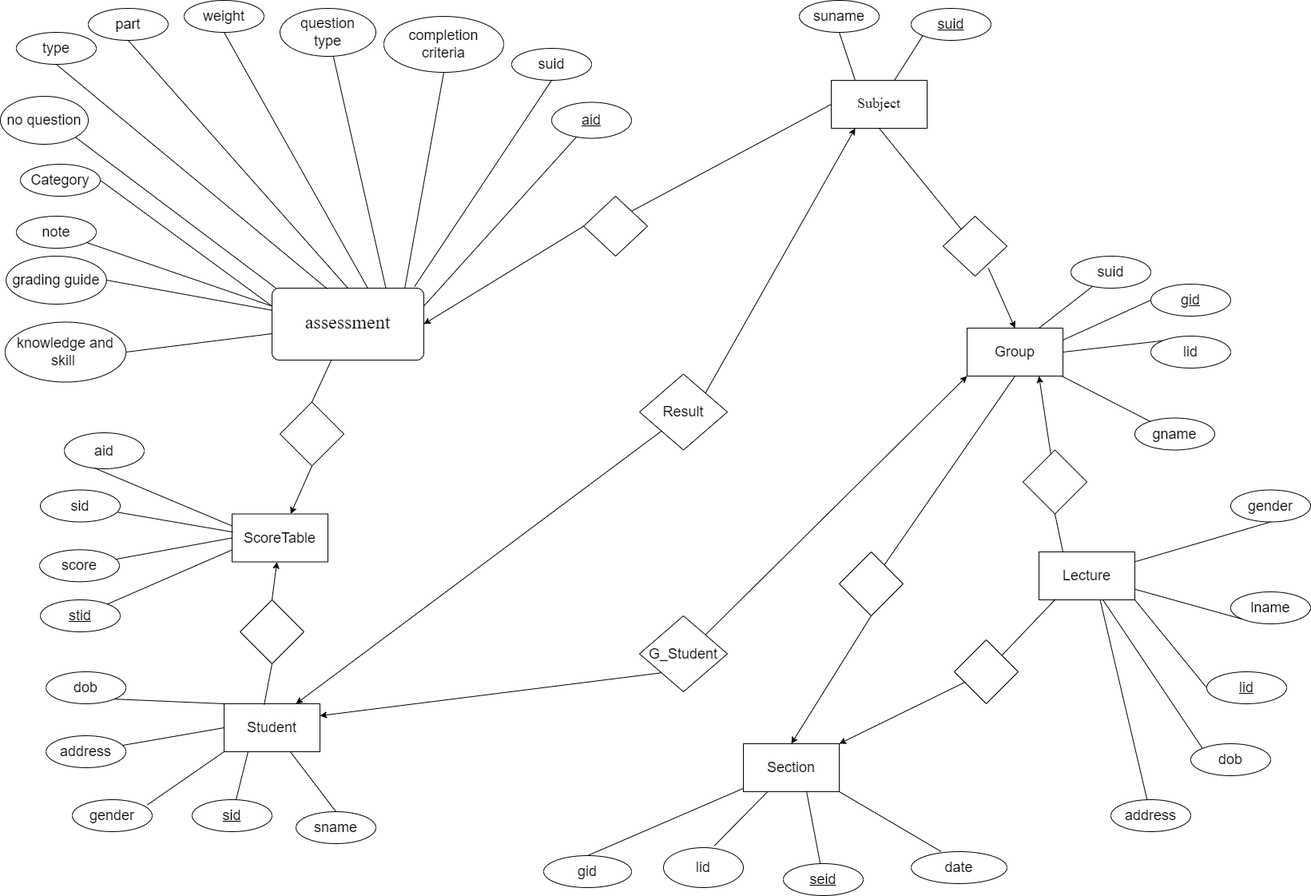
Above: ERD/ERD_ASM_SCORE.png in duc2209/ASM_DBI (draw.io), before the change. Source tidied: cells renumbered, new cells last; positions are measured from the earlier drawing's top-left corner, leaving out a move shared by most shapes.
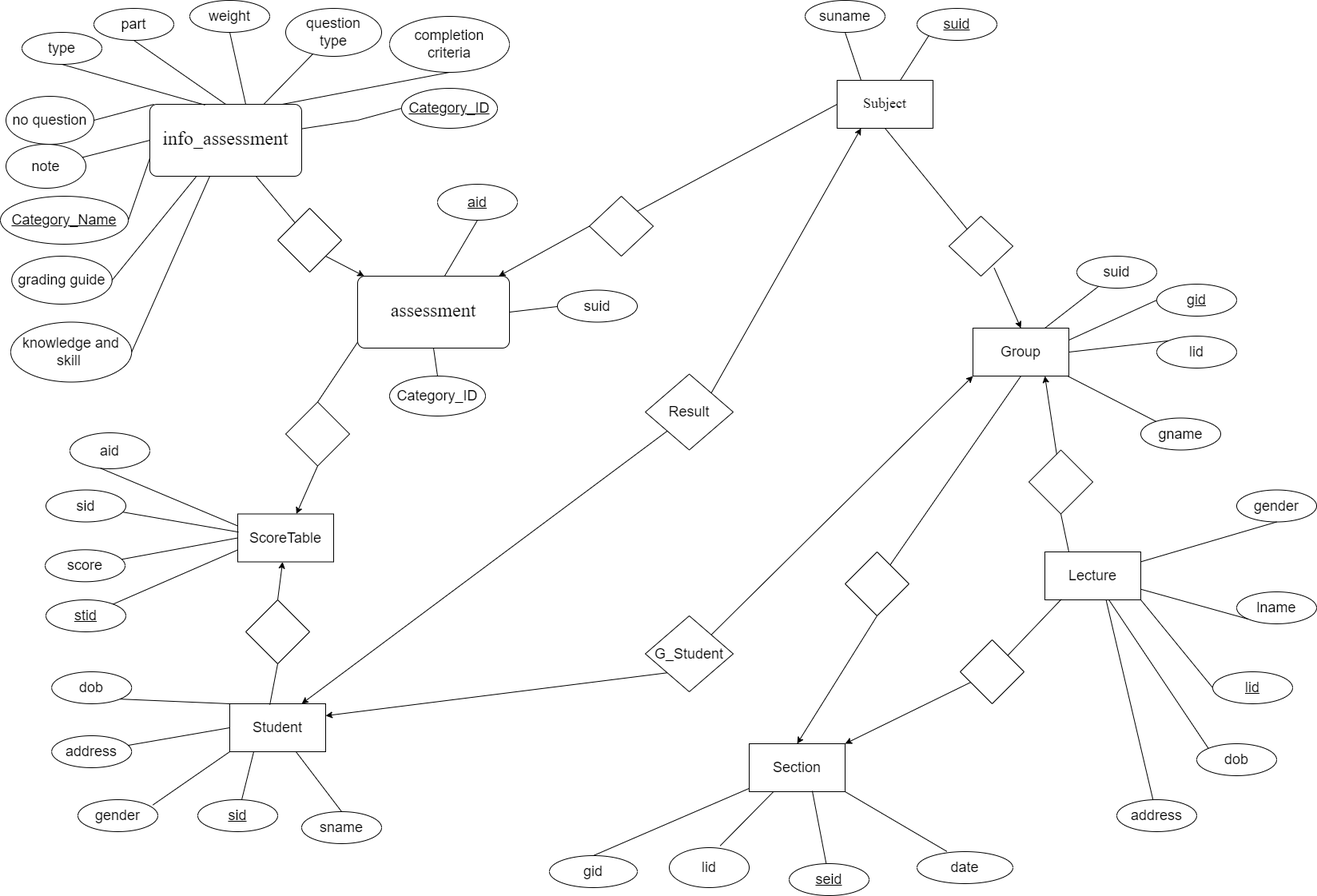
The same file after the commit.

Commit message:
Update database, erd,data

Update database, erd,data

What changed in the source:
```diff
@@ -179,13 +179,13 @@
     <mxCell id="60" style="endArrow=none;html=1;rounded=0;entryX=0.312;entryY=-0.005;entryDx=0;entryDy=0;exitX=1;exitY=1;exitDx=0;exitDy=0;entryPerimeter=0;" parent="1" edge="1" source="18" target="59">
       <mxGeometry relative="1" as="geometry" />
     </mxCell>
-    <mxCell id="61" value="&lt;span style=&quot;line-height: 107%; font-family: Times, serif;&quot;&gt;&lt;font style=&quot;font-size: 24px;&quot;&gt;assessment&lt;/font&gt;&lt;/span&gt;" style="rounded=1;arcSize=10;whiteSpace=wrap;html=1;align=center;" parent="1" vertex="1">
-      <mxGeometry x="340" y="360" width="190" height="90" as="geometry" />
+    <mxCell id="61" value="&lt;span style=&quot;line-height: 107%; font-family: Times, serif;&quot;&gt;&lt;font style=&quot;font-size: 24px;&quot;&gt;info_assessment&lt;/font&gt;&lt;/span&gt;" style="rounded=1;arcSize=10;whiteSpace=wrap;html=1;align=center;" parent="1" vertex="1">
+      <mxGeometry x="180" y="130" width="190" height="90" as="geometry" />
     </mxCell>
-    <mxCell id="62" value="&lt;font style=&quot;font-size: 18px;&quot;&gt;Category&lt;/font&gt;" style="ellipse;whiteSpace=wrap;html=1;align=center;" parent="1" vertex="1">
-      <mxGeometry x="25" y="205" width="100" height="40" as="geometry" />
+    <mxCell id="62" value="&lt;font style=&quot;font-size: 18px;&quot;&gt;Category_ID&lt;/font&gt;" style="ellipse;whiteSpace=wrap;html=1;align=center;" parent="1" vertex="1">
+      <mxGeometry x="480" y="470" width="120" height="50" as="geometry" />
     </mxCell>
-    <mxCell id="63" style="endArrow=none;html=1;rounded=0;entryX=1;entryY=0.5;entryDx=0;entryDy=0;exitX=0;exitY=0.25;exitDx=0;exitDy=0;" parent="1" edge="1" source="61" target="62">
+    <mxCell id="63" style="endArrow=none;html=1;rounded=0;entryX=0.5;entryY=0;entryDx=0;entryDy=0;exitX=0.5;exitY=1;exitDx=0;exitDy=0;" parent="1" edge="1" source="109" target="62">
       <mxGeometry relative="1" as="geometry" />
     </mxCell>
     <mxCell id="64" value="&lt;font style=&quot;font-size: 18px;&quot;&gt;type&lt;/font&gt;" style="ellipse;whiteSpace=wrap;html=1;align=center;" parent="1" vertex="1">
@@ -221,7 +221,7 @@
     <mxCell id="74" value="&lt;font style=&quot;font-size: 18px;&quot;&gt;no question&lt;/font&gt;" style="ellipse;whiteSpace=wrap;html=1;align=center;" parent="1" vertex="1">
       <mxGeometry y="120" width="110" height="60" as="geometry" />
     </mxCell>
-    <mxCell id="75" style="endArrow=none;html=1;rounded=0;entryX=1;entryY=1;entryDx=0;entryDy=0;exitX=0.026;exitY=0;exitDx=0;exitDy=0;exitPerimeter=0;" parent="1" edge="1" source="61" target="74">
+    <mxCell id="75" style="endArrow=none;html=1;rounded=0;entryX=1;entryY=0.5;entryDx=0;entryDy=0;exitX=0.026;exitY=0;exitDx=0;exitDy=0;exitPerimeter=0;" parent="1" edge="1" source="61" target="74">
       <mxGeometry relative="1" as="geometry" />
     </mxCell>
     <mxCell id="76" value="&lt;font style=&quot;font-size: 18px;&quot;&gt;knowledge and skill&amp;nbsp;&lt;/font&gt;" style="ellipse;whiteSpace=wrap;html=1;align=center;" parent="1" vertex="1">
@@ -237,9 +237,9 @@
       <mxGeometry relative="1" as="geometry" />
     </mxCell>
     <mxCell id="80" value="&lt;font style=&quot;font-size: 18px;&quot;&gt;note&lt;/font&gt;" style="ellipse;whiteSpace=wrap;html=1;align=center;" parent="1" vertex="1">
-      <mxGeometry x="20" y="270" width="100" height="40" as="geometry" />
+      <mxGeometry y="180" width="100" height="55" as="geometry" />
     </mxCell>
-    <mxCell id="81" style="endArrow=none;html=1;rounded=0;exitX=0;exitY=0.25;exitDx=0;exitDy=0;" parent="1" edge="1" source="61" target="80">
+    <mxCell id="81" style="endArrow=none;html=1;rounded=0;exitX=0;exitY=0.5;exitDx=0;exitDy=0;" parent="1" edge="1" source="61" target="80">
       <mxGeometry relative="1" as="geometry" />
     </mxCell>
     <mxCell id="82" style="edgeStyle=orthogonalEdgeStyle;rounded=0;orthogonalLoop=1;jettySize=auto;html=1;exitX=0.5;exitY=1;exitDx=0;exitDy=0;fontSize=18;" parent="1" edge="1" source="51" target="51">
@@ -254,19 +254,18 @@
     <mxCell id="85" style="rhombus;whiteSpace=wrap;html=1;" parent="1" vertex="1">
       <mxGeometry x="730" y="245" width="80" height="75" as="geometry" />
     </mxCell>
-    <mxCell id="86" style="endArrow=classic;html=1;rounded=0;entryX=1;entryY=0.5;entryDx=0;entryDy=0;exitX=0;exitY=0.5;exitDx=0;exitDy=0;" parent="1" edge="1" source="85" target="61">
+    <mxCell id="86" style="endArrow=classic;html=1;rounded=0;exitX=0;exitY=0.5;exitDx=0;exitDy=0;" parent="1" edge="1" source="85" target="109">
       <mxGeometry relative="1" as="geometry" />
     </mxCell>
     <mxCell id="87" value="&lt;font style=&quot;font-size: 18px;&quot;&gt;suid&lt;/font&gt;" style="ellipse;whiteSpace=wrap;html=1;align=center;" parent="1" vertex="1">
-      <mxGeometry x="640" y="60" width="100" height="40" as="geometry" />
+      <mxGeometry x="690" y="362.5" width="100" height="40" as="geometry" />
     </mxCell>
-    <mxCell id="88" style="endArrow=none;html=1;rounded=0;entryX=0.5;entryY=1;entryDx=0;entryDy=0;exitX=0.939;exitY=-0.022;exitDx=0;exitDy=0;exitPerimeter=0;" parent="1" edge="1" source="61" target="87">
-      <mxGeometry relative="1" as="geometry" />
+    <mxCell id="88" style="endArrow=none;html=1;rounded=0;exitX=1;exitY=0.5;exitDx=0;exitDy=0;" parent="1" edge="1" source="109">
+      <mxGeometry relative="1" as="geometry">
+        <mxPoint x="690" y="383" as="targetPoint" />
+      </mxGeometry>
     </mxCell>
-    <mxCell id="89" value="&lt;font style=&quot;font-size: 18px;&quot;&gt;&lt;u&gt;aid&lt;/u&gt;&lt;/font&gt;" style="ellipse;whiteSpace=wrap;html=1;align=center;" parent="1" vertex="1">
-      <mxGeometry x="690" y="127.5" width="100" height="45" as="geometry" />
-    </mxCell>
-    <mxCell id="90" style="endArrow=none;html=1;rounded=0;exitX=1;exitY=0.25;exitDx=0;exitDy=0;" parent="1" edge="1" source="61" target="89">
+    <mxCell id="90" style="endArrow=none;html=1;rounded=0;exitX=0.567;exitY=0.02;exitDx=0;exitDy=0;exitPerimeter=0;entryX=0.5;entryY=1;entryDx=0;entryDy=0;" parent="1" edge="1" source="109" target="89">
       <mxGeometry relative="1" as="geometry" />
     </mxCell>
     <mxCell id="91" style="rhombus;whiteSpace=wrap;html=1;" parent="1" vertex="1">
@@ -287,7 +286,7 @@
     <mxCell id="96" style="rhombus;whiteSpace=wrap;html=1;" parent="1" vertex="1">
       <mxGeometry x="350" y="502.5" width="80" height="80" as="geometry" />
     </mxCell>
-    <mxCell id="97" style="endArrow=none;html=1;rounded=0;entryX=0.5;entryY=0;entryDx=0;entryDy=0;" parent="1" edge="1" source="61" target="96">
+    <mxCell id="97" style="endArrow=none;html=1;rounded=0;entryX=0.5;entryY=0;entryDx=0;entryDy=0;exitX=0.007;exitY=0.896;exitDx=0;exitDy=0;exitPerimeter=0;" parent="1" edge="1" source="109" target="96">
       <mxGeometry relative="1" as="geometry" />
     </mxCell>
     <mxCell id="98" style="rhombus;whiteSpace=wrap;html=1;" parent="1" vertex="1">
@@ -323,5 +322,36 @@
     <mxCell id="108" style="endArrow=none;html=1;rounded=0;entryX=0;entryY=0.75;entryDx=0;entryDy=0;" parent="1" edge="1" source="107" target="95">
       <mxGeometry relative="1" as="geometry" />
     </mxCell>
+    <mxCell id="109" value="&lt;span style=&quot;line-height: 107%; font-family: Times, serif;&quot;&gt;&lt;font style=&quot;font-size: 24px;&quot;&gt;assessment&lt;/font&gt;&lt;/span&gt;" style="rounded=1;arcSize=10;whiteSpace=wrap;html=1;align=center;" parent="1" vertex="1">
+      <mxGeometry x="440" y="345" width="190" height="90" as="geometry" />
+    </mxCell>
+    <mxCell id="89" value="&lt;font style=&quot;font-size: 18px;&quot;&gt;&lt;u&gt;aid&lt;/u&gt;&lt;/font&gt;" style="ellipse;whiteSpace=wrap;html=1;align=center;" parent="1" vertex="1">
+      <mxGeometry x="540" y="230" width="100" height="45" as="geometry" />
+    </mxCell>
+    <mxCell id="110" style="endArrow=classic;html=1;rounded=0;exitX=1;exitY=1;exitDx=0;exitDy=0;" parent="1" edge="1" source="111" target="109">
+      <mxGeometry relative="1" as="geometry" />
+    </mxCell>
+    <mxCell id="111" style="rhombus;whiteSpace=wrap;html=1;" parent="1" vertex="1">
+      <mxGeometry x="340" y="260" width="80" height="80" as="geometry" />
+    </mxCell>
+    <mxCell id="112" style="endArrow=none;html=1;rounded=0;" parent="1" edge="1" source="61" target="111">
+      <mxGeometry relative="1" as="geometry" />
+    </mxCell>
+    <mxCell id="113" value="&lt;font style=&quot;font-size: 18px;&quot;&gt;&lt;u&gt;Category_ID&lt;/u&gt;&lt;/font&gt;" style="ellipse;whiteSpace=wrap;html=1;align=center;" parent="1" vertex="1">
+      <mxGeometry x="495" y="110" width="120" height="50" as="geometry" />
+    </mxCell>
+    <mxCell id="114" style="endArrow=none;html=1;rounded=0;exitX=0;exitY=0.5;exitDx=0;exitDy=0;" parent="1" edge="1" source="113" target="61">
+      <mxGeometry relative="1" as="geometry">
+        <Array as="points">
+          <mxPoint x="440" y="150" />
+        </Array>
+      </mxGeometry>
+    </mxCell>
+    <mxCell id="115" value="&lt;font style=&quot;font-size: 18px;&quot;&gt;&lt;u&gt;Category_Name&lt;/u&gt;&lt;/font&gt;" style="ellipse;whiteSpace=wrap;html=1;align=center;" parent="1" vertex="1">
+      <mxGeometry x="-7" y="245" width="160" height="60" as="geometry" />
+    </mxCell>
+    <mxCell id="116" style="endArrow=none;html=1;rounded=0;entryX=1;entryY=0.5;entryDx=0;entryDy=0;exitX=0;exitY=0.75;exitDx=0;exitDy=0;" parent="1" edge="1" source="61" target="115">
+      <mxGeometry relative="1" as="geometry" />
+    </mxCell>
   </root>
 </mxGraphModel>
```
